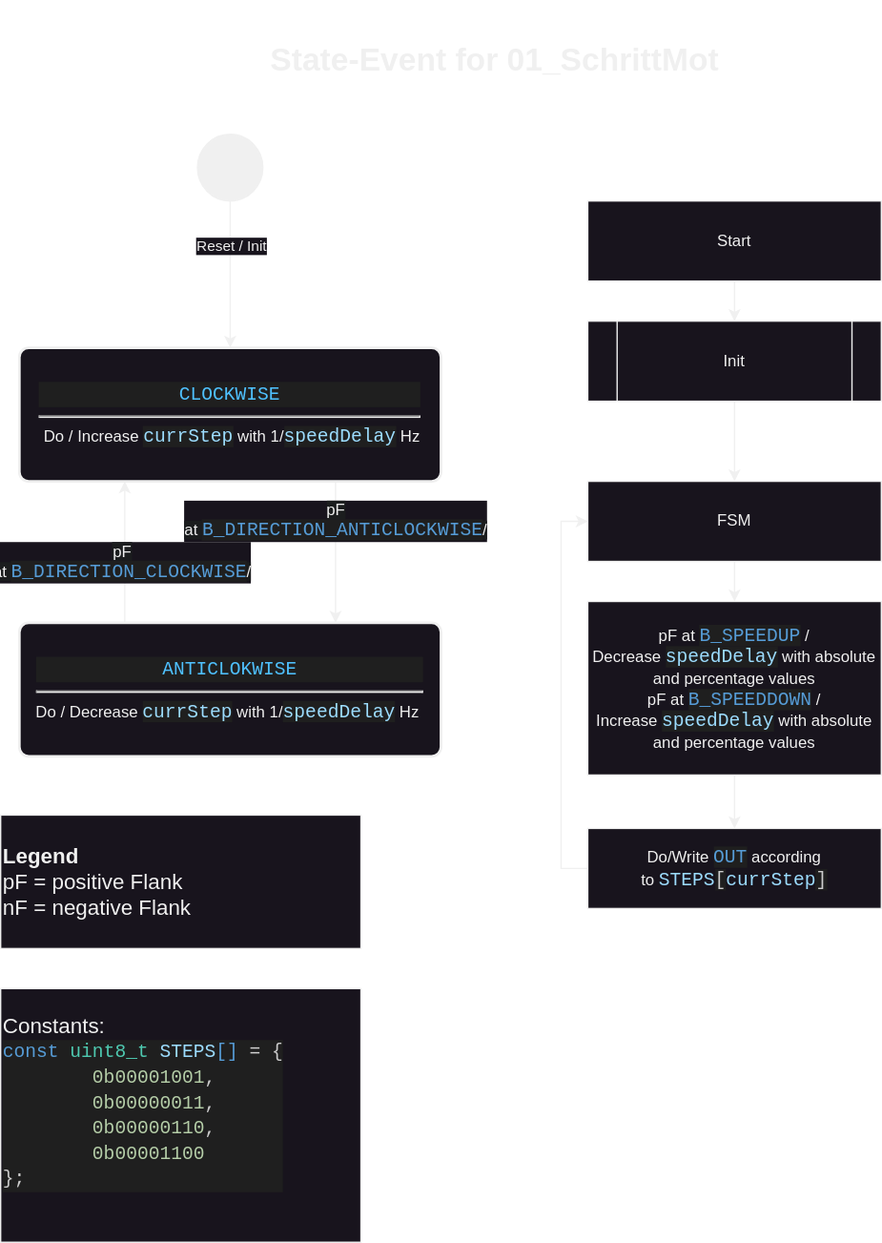
The draw.io diagram readme/State-Event.drawio.svg in ml3rc/01_SchrittMot, before a commit. Source tidied: cells renumbered, new cells last; positions are measured from the earlier drawing's top-left corner, leaving out a move shared by most shapes.
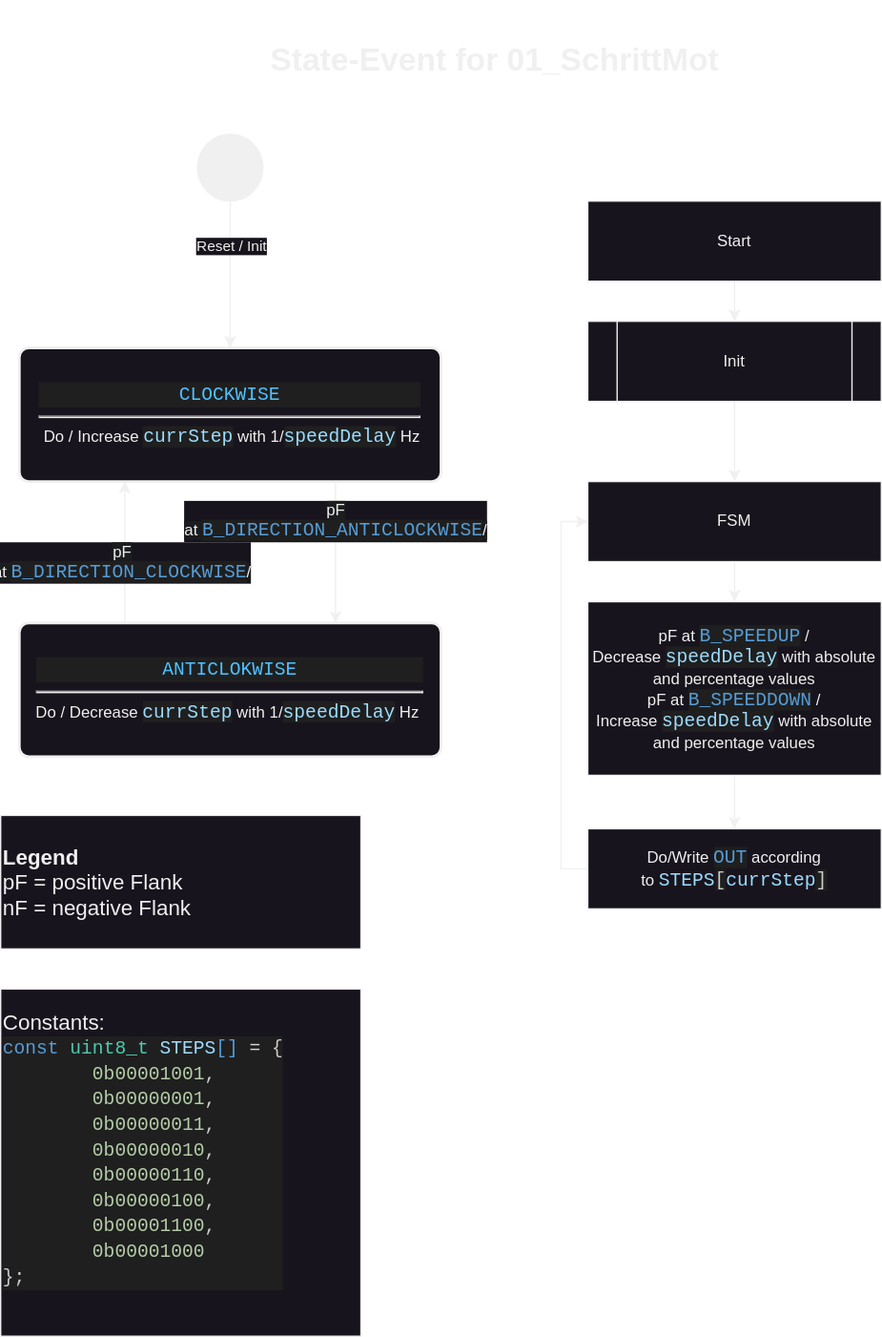
The same file after the commit.

The edit, as a diff of the source:
```diff
@@ -44,8 +44,8 @@
     <mxCell id="13" value="&lt;div style=&quot;color: rgb(204, 204, 204); background-color: rgb(31, 31, 31); font-family: Consolas, &amp;quot;Courier New&amp;quot;, monospace; font-size: 14px; line-height: 19px; white-space: pre;&quot;&gt;&lt;div style=&quot;line-height: 19px;&quot;&gt;&lt;span style=&quot;color: #4fc1ff;&quot;&gt;ANTICLOKWISE&lt;/span&gt;&lt;/div&gt;&lt;/div&gt;&lt;hr&gt;&lt;div&gt;Do / Decrease&amp;nbsp;&lt;span style=&quot;color: rgb(156, 220, 254); background-color: rgb(31, 31, 31); font-family: Consolas, &amp;quot;Courier New&amp;quot;, monospace; font-size: 14px; white-space: pre;&quot;&gt;currStep&lt;/span&gt;&lt;span style=&quot;background-color: initial;&quot;&gt;&amp;nbsp;with 1/&lt;/span&gt;&lt;span style=&quot;color: rgb(156, 220, 254); background-color: rgb(31, 31, 31); font-family: Consolas, &amp;quot;Courier New&amp;quot;, monospace; font-size: 14px; white-space: pre;&quot;&gt;speedDelay&lt;/span&gt;&amp;nbsp;Hz&lt;span style=&quot;background-color: initial;&quot;&gt;&amp;nbsp;&lt;/span&gt;&lt;/div&gt;" style="rounded=1;whiteSpace=wrap;html=1;absoluteArcSize=1;arcSize=14;strokeWidth=2;" parent="1" vertex="1">
       <mxGeometry x="14" y="466" width="316" height="100" as="geometry" />
     </mxCell>
-    <mxCell id="14" value="&lt;div style=&quot;&quot;&gt;&lt;span style=&quot;font-size: medium; background-color: initial;&quot;&gt;Constants:&lt;/span&gt;&lt;/div&gt;&lt;div style=&quot;&quot;&gt;&lt;div style=&quot;color: rgb(204, 204, 204); background-color: rgb(31, 31, 31); font-family: Consolas, &amp;quot;Courier New&amp;quot;, monospace; font-size: 14px; line-height: 19px; white-space: pre;&quot;&gt;&lt;div&gt;&lt;span style=&quot;color: #569cd6;&quot;&gt;const&lt;/span&gt; &lt;span style=&quot;color: #4ec9b0;&quot;&gt;uint8_t&lt;/span&gt; &lt;span style=&quot;color: #9cdcfe;&quot;&gt;STEPS&lt;/span&gt;&lt;span style=&quot;color: #569cd6;&quot;&gt;[]&lt;/span&gt; &lt;span style=&quot;color: #d4d4d4;&quot;&gt;=&lt;/span&gt; {&lt;/div&gt;&lt;div&gt;&amp;nbsp; &amp;nbsp; &amp;nbsp; &amp;nbsp; &lt;span style=&quot;color: #b5cea8;&quot;&gt;0b00001001&lt;/span&gt;,&lt;/div&gt;&lt;div&gt;&amp;nbsp; &amp;nbsp; &amp;nbsp; &amp;nbsp; &lt;span style=&quot;color: #b5cea8;&quot;&gt;0b00000011&lt;/span&gt;,&lt;/div&gt;&lt;div&gt;&amp;nbsp; &amp;nbsp; &amp;nbsp; &amp;nbsp; &lt;span style=&quot;color: #b5cea8;&quot;&gt;0b00000110&lt;/span&gt;,&lt;/div&gt;&lt;div&gt;&amp;nbsp; &amp;nbsp; &amp;nbsp; &amp;nbsp; &lt;span style=&quot;color: #b5cea8;&quot;&gt;0b00001100&lt;/span&gt;&lt;/div&gt;&lt;div&gt;};&lt;/div&gt;&lt;/div&gt;&lt;/div&gt;&lt;div style=&quot;&quot;&gt;&lt;span style=&quot;font-size: medium; background-color: initial;&quot;&gt;&lt;br&gt;&lt;/span&gt;&lt;/div&gt;" style="html=1;whiteSpace=wrap;align=left;" parent="1" vertex="1">
-      <mxGeometry y="740" width="270" height="190" as="geometry" />
+    <mxCell id="14" value="&lt;div style=&quot;&quot;&gt;&lt;span style=&quot;font-size: medium; background-color: initial;&quot;&gt;Constants:&lt;/span&gt;&lt;/div&gt;&lt;div style=&quot;&quot;&gt;&lt;div style=&quot;color: rgb(204, 204, 204); background-color: rgb(31, 31, 31); font-family: Consolas, &amp;quot;Courier New&amp;quot;, monospace; font-size: 14px; line-height: 19px; white-space: pre;&quot;&gt;&lt;div style=&quot;line-height: 19px;&quot;&gt;&lt;div&gt;&lt;span style=&quot;color: #569cd6;&quot;&gt;const&lt;/span&gt; &lt;span style=&quot;color: #4ec9b0;&quot;&gt;uint8_t&lt;/span&gt; &lt;span style=&quot;color: #9cdcfe;&quot;&gt;STEPS&lt;/span&gt;&lt;span style=&quot;color: #569cd6;&quot;&gt;[]&lt;/span&gt; &lt;span style=&quot;color: #d4d4d4;&quot;&gt;=&lt;/span&gt; {&lt;/div&gt;&lt;div&gt;&amp;nbsp; &amp;nbsp; &amp;nbsp; &amp;nbsp; &lt;span style=&quot;color: #b5cea8;&quot;&gt;0b00001001&lt;/span&gt;,&lt;/div&gt;&lt;div&gt;&amp;nbsp; &amp;nbsp; &amp;nbsp; &amp;nbsp; &lt;span style=&quot;color: #b5cea8;&quot;&gt;0b00000001&lt;/span&gt;,&lt;/div&gt;&lt;div&gt;&amp;nbsp; &amp;nbsp; &amp;nbsp; &amp;nbsp; &lt;span style=&quot;color: #b5cea8;&quot;&gt;0b00000011&lt;/span&gt;,&lt;/div&gt;&lt;div&gt;&amp;nbsp; &amp;nbsp; &amp;nbsp; &amp;nbsp; &lt;span style=&quot;color: #b5cea8;&quot;&gt;0b00000010&lt;/span&gt;,&lt;/div&gt;&lt;div&gt;&amp;nbsp; &amp;nbsp; &amp;nbsp; &amp;nbsp; &lt;span style=&quot;color: #b5cea8;&quot;&gt;0b00000110&lt;/span&gt;,&lt;/div&gt;&lt;div&gt;&amp;nbsp; &amp;nbsp; &amp;nbsp; &amp;nbsp; &lt;span style=&quot;color: #b5cea8;&quot;&gt;0b00000100&lt;/span&gt;,&lt;/div&gt;&lt;div&gt;&amp;nbsp; &amp;nbsp; &amp;nbsp; &amp;nbsp; &lt;span style=&quot;color: #b5cea8;&quot;&gt;0b00001100&lt;/span&gt;,&lt;/div&gt;&lt;div&gt;&amp;nbsp; &amp;nbsp; &amp;nbsp; &amp;nbsp; &lt;span style=&quot;color: #b5cea8;&quot;&gt;0b00001000&lt;/span&gt;&lt;/div&gt;&lt;div&gt;};&lt;/div&gt;&lt;/div&gt;&lt;/div&gt;&lt;/div&gt;&lt;div style=&quot;&quot;&gt;&lt;span style=&quot;font-size: medium; background-color: initial;&quot;&gt;&lt;br&gt;&lt;/span&gt;&lt;/div&gt;" style="html=1;whiteSpace=wrap;align=left;" parent="1" vertex="1">
+      <mxGeometry y="740" width="270" height="260" as="geometry" />
     </mxCell>
     <mxCell id="15" style="edgeStyle=orthogonalEdgeStyle;rounded=0;jettySize=auto;html=1;exitX=0.5;exitY=1;exitDx=0;exitDy=0;entryX=0.5;entryY=0;entryDx=0;entryDy=0;" parent="1" edge="1" source="16" target="17">
       <mxGeometry relative="1" as="geometry" />
```
